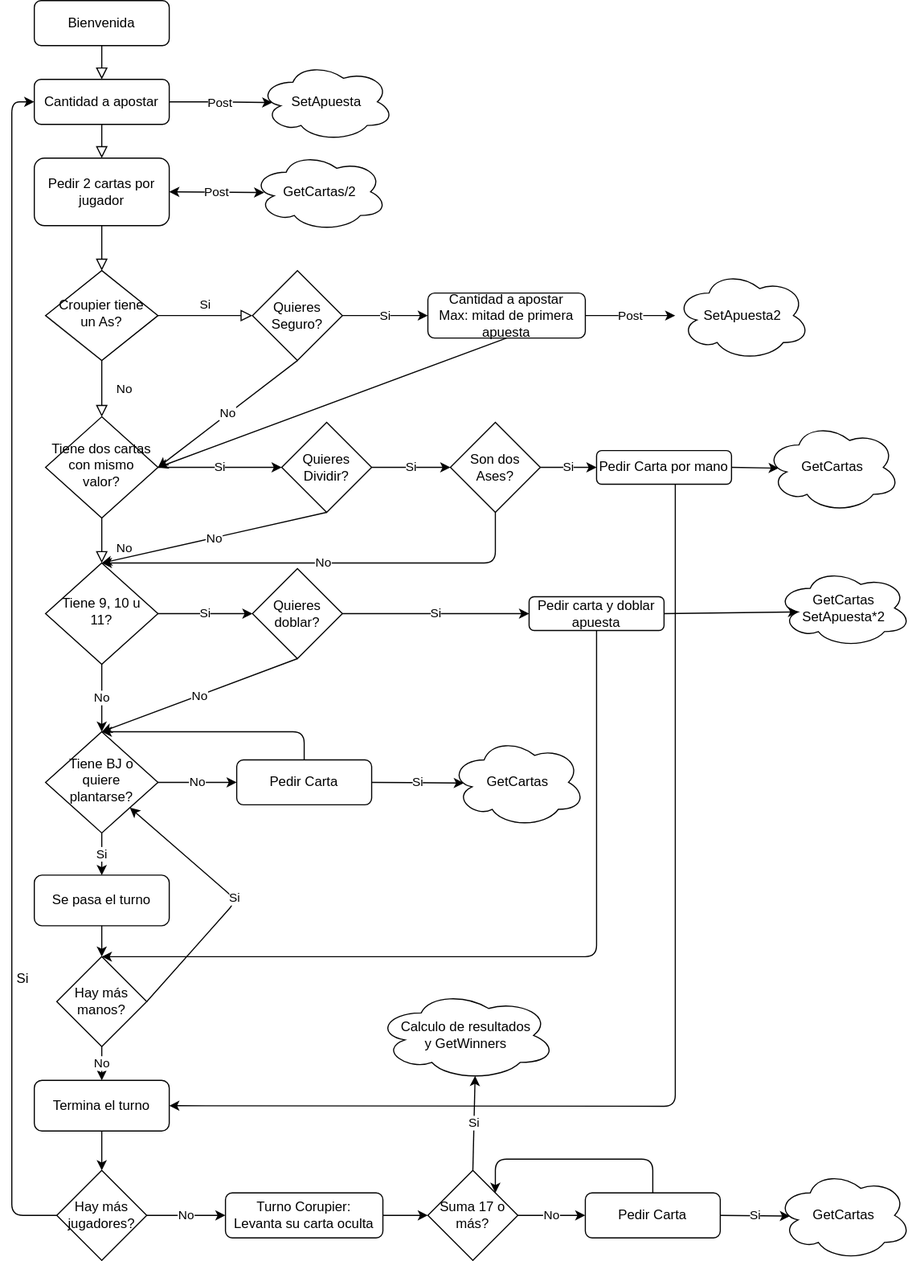
Before: Docs/BlackJack/Diagrama_Flujo.svg, a diagram exported from draw.io (asier26/BlackJack). Source tidied: cells renumbered, new cells last; positions are measured from the earlier drawing's top-left corner, leaving out a move shared by most shapes.
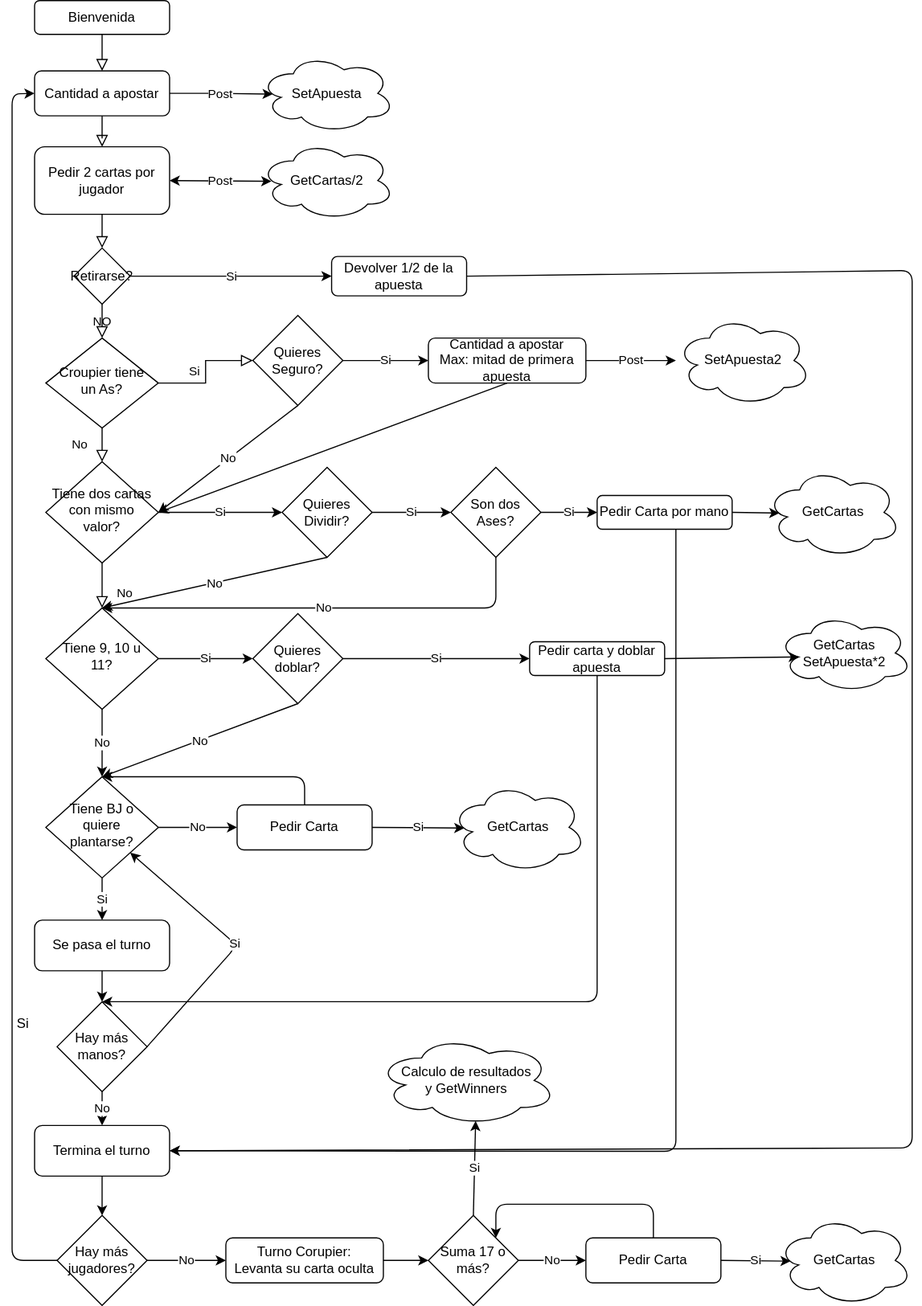
The same diagram one commit later.

Diff of the diagram source:
```diff
@@ -2,11 +2,13 @@
   <root>
     <mxCell id="0" />
     <mxCell id="1" parent="0" />
-    <mxCell id="2" style="rounded=0;html=1;jettySize=auto;fontSize=11;endArrow=block;endFill=0;endSize=8;strokeWidth=1;shadow=0;labelBackgroundColor=none;edgeStyle=orthogonalEdgeStyle;" parent="1" edge="1" source="14" target="6">
-      <mxGeometry relative="1" as="geometry" />
+    <mxCell id="2" style="rounded=0;html=1;jettySize=auto;fontSize=11;endArrow=block;endFill=0;endSize=8;strokeWidth=1;shadow=0;labelBackgroundColor=none;edgeStyle=orthogonalEdgeStyle;" parent="1" edge="1" source="14">
+      <mxGeometry relative="1" as="geometry">
+        <mxPoint x="90" y="180" as="targetPoint" />
+      </mxGeometry>
     </mxCell>
     <mxCell id="3" value="Bienvenida" style="rounded=1;whiteSpace=wrap;html=1;fontSize=12;glass=0;strokeWidth=1;shadow=0;" parent="1" vertex="1">
-      <mxGeometry x="30" width="120" height="40" as="geometry" />
+      <mxGeometry x="30" y="-40" width="120" height="30" as="geometry" />
     </mxCell>
     <mxCell id="4" value="No" style="rounded=0;html=1;jettySize=auto;fontSize=11;endArrow=block;endFill=0;endSize=8;strokeWidth=1;shadow=0;labelBackgroundColor=none;edgeStyle=orthogonalEdgeStyle;" parent="1" edge="1" source="6" target="8">
       <mxGeometry y="20" relative="1" as="geometry" />
@@ -15,7 +17,7 @@
       <mxGeometry y="10" relative="1" as="geometry" />
     </mxCell>
     <mxCell id="6" value="Croupier tiene un As?" style="rhombus;whiteSpace=wrap;html=1;shadow=0;fontFamily=Helvetica;fontSize=12;align=center;strokeWidth=1;spacing=6;spacingTop=-4;" parent="1" vertex="1">
-      <mxGeometry x="40" y="240" width="100" height="80" as="geometry" />
+      <mxGeometry x="40" y="260" width="100" height="80" as="geometry" />
     </mxCell>
     <mxCell id="7" value="No" style="rounded=0;html=1;jettySize=auto;fontSize=11;endArrow=block;endFill=0;endSize=8;strokeWidth=1;shadow=0;labelBackgroundColor=none;edgeStyle=orthogonalEdgeStyle;entryX=0.5;entryY=0;entryDx=0;entryDy=0;" parent="1" edge="1" source="8" target="30">
       <mxGeometry x="0.33" y="20" relative="1" as="geometry" />
@@ -27,27 +29,25 @@
       <mxGeometry relative="1" as="geometry" />
     </mxCell>
     <mxCell id="10" value="Cantidad a apostar" style="rounded=1;whiteSpace=wrap;html=1;" parent="1" vertex="1">
-      <mxGeometry x="30" y="70" width="120" height="40" as="geometry" />
+      <mxGeometry x="30" y="22.5" width="120" height="40" as="geometry" />
     </mxCell>
-    <mxCell id="11" style="rounded=0;html=1;jettySize=auto;fontSize=11;endArrow=block;endFill=0;endSize=8;strokeWidth=1;shadow=0;labelBackgroundColor=none;edgeStyle=orthogonalEdgeStyle;" parent="1" edge="1" target="10">
-      <mxGeometry relative="1" as="geometry">
-        <mxPoint x="90" y="40" as="sourcePoint" />
-      </mxGeometry>
+    <mxCell id="11" style="rounded=0;html=1;jettySize=auto;fontSize=11;endArrow=block;endFill=0;endSize=8;strokeWidth=1;shadow=0;labelBackgroundColor=none;edgeStyle=orthogonalEdgeStyle;exitX=0.5;exitY=1;exitDx=0;exitDy=0;entryX=0.5;entryY=0;entryDx=0;entryDy=0;" parent="1" edge="1" source="3" target="10">
+      <mxGeometry relative="1" as="geometry" />
     </mxCell>
     <mxCell id="12" value="SetApuesta" style="ellipse;shape=cloud;whiteSpace=wrap;html=1;rounded=1;" parent="1" vertex="1">
-      <mxGeometry x="230" y="55" width="120" height="70" as="geometry" />
+      <mxGeometry x="230" y="7.5" width="120" height="70" as="geometry" />
     </mxCell>
     <mxCell id="13" value="Post" style="endArrow=classic;startArrow=classic;html=1;exitX=1;exitY=0.5;exitDx=0;exitDy=0;entryX=0.087;entryY=0.509;entryDx=0;entryDy=0;entryPerimeter=0;" parent="1" edge="1" source="14" target="16">
       <mxGeometry relative="1" as="geometry" />
     </mxCell>
     <mxCell id="14" value="Pedir 2 cartas por jugador" style="rounded=1;whiteSpace=wrap;html=1;" parent="1" vertex="1">
-      <mxGeometry x="30" y="140" width="120" height="60" as="geometry" />
+      <mxGeometry x="30" y="90" width="120" height="60" as="geometry" />
     </mxCell>
     <mxCell id="15" style="rounded=0;html=1;jettySize=auto;fontSize=11;endArrow=block;endFill=0;endSize=8;strokeWidth=1;shadow=0;labelBackgroundColor=none;edgeStyle=orthogonalEdgeStyle;" parent="1" edge="1" source="10" target="14">
       <mxGeometry relative="1" as="geometry" />
     </mxCell>
     <mxCell id="16" value="GetCartas/2" style="ellipse;shape=cloud;whiteSpace=wrap;html=1;" parent="1" vertex="1">
-      <mxGeometry x="224" y="135" width="120" height="70" as="geometry" />
+      <mxGeometry x="230" y="85" width="120" height="70" as="geometry" />
     </mxCell>
     <mxCell id="17" value="Quieres Seguro?" style="rhombus;whiteSpace=wrap;html=1;" parent="1" vertex="1">
       <mxGeometry x="224" y="240" width="80" height="80" as="geometry" />
@@ -140,7 +140,7 @@
       <mxGeometry relative="1" as="geometry">
         <Array as="points">
           <mxPoint x="10" y="1080" />
-          <mxPoint x="10" y="90" />
+          <mxPoint x="10" y="43" />
         </Array>
       </mxGeometry>
     </mxCell>
@@ -276,5 +276,25 @@
         </Array>
       </mxGeometry>
     </mxCell>
+    <mxCell id="73" value="Retirarse?" style="rhombus;whiteSpace=wrap;html=1;" parent="1" vertex="1">
+      <mxGeometry x="65" y="180" width="50" height="50" as="geometry" />
+    </mxCell>
+    <mxCell id="74" value="NO" style="rounded=0;html=1;jettySize=auto;fontSize=11;endArrow=block;endFill=0;endSize=8;strokeWidth=1;shadow=0;labelBackgroundColor=none;edgeStyle=orthogonalEdgeStyle;exitX=0.5;exitY=1;exitDx=0;exitDy=0;entryX=0.5;entryY=0;entryDx=0;entryDy=0;" parent="1" edge="1" source="73" target="6">
+      <mxGeometry relative="1" as="geometry" />
+    </mxCell>
+    <mxCell id="75" value="Si" style="endArrow=classic;html=1;exitX=1;exitY=0.5;exitDx=0;exitDy=0;" parent="1" edge="1" source="73" target="76">
+      <mxGeometry relative="1" as="geometry" />
+    </mxCell>
+    <mxCell id="76" value="Devolver 1/2 de la apuesta" style="rounded=1;whiteSpace=wrap;html=1;" parent="1" vertex="1">
+      <mxGeometry x="294" y="187.5" width="120" height="35" as="geometry" />
+    </mxCell>
+    <mxCell id="77" style="endArrow=classic;html=1;exitX=1;exitY=0.5;exitDx=0;exitDy=0;entryX=1;entryY=0.5;entryDx=0;entryDy=0;" parent="1" edge="1" source="76" target="52">
+      <mxGeometry relative="1" as="geometry">
+        <Array as="points">
+          <mxPoint x="810" y="200" />
+          <mxPoint x="810" y="980" />
+        </Array>
+      </mxGeometry>
+    </mxCell>
   </root>
 </mxGraphModel>
```
